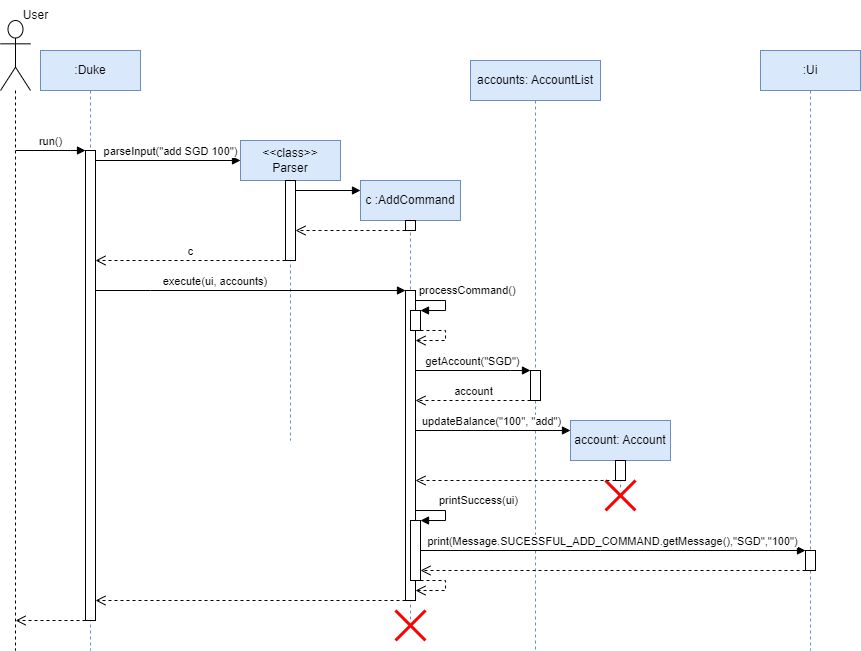
The draw.io diagram docs/images/AddCommandSeqDiagram.png in woowenjun99/tp, before a commit. Source tidied: cells renumbered, new cells last; positions are measured from the earlier drawing's top-left corner, leaving out a move shared by most shapes.
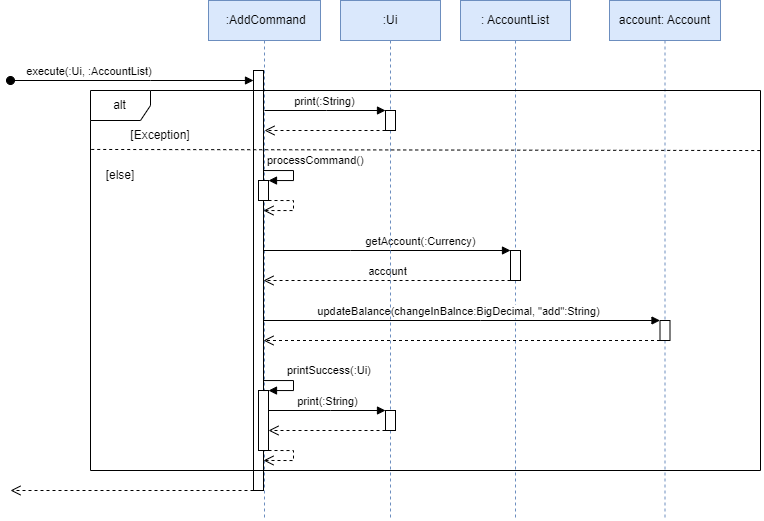
After the commit.

Commit message:
Edit Add/Withdraw sequence diagram

Diff of the diagram source:
```diff
@@ -2,211 +2,189 @@
   <root>
     <mxCell id="0" />
     <mxCell id="1" parent="0" />
-    <mxCell id="2" style="shape=umlLifeline;perimeter=lifelinePerimeter;whiteSpace=wrap;html=1;outlineConnect=0;portConstraint=eastwest;newEdgeStyle={&quot;edgeStyle&quot;:&quot;elbowEdgeStyle&quot;,&quot;elbow&quot;:&quot;vertical&quot;,&quot;curved&quot;:0,&quot;rounded&quot;:0};participant=umlActor;size=70;" parent="1" vertex="1">
-      <mxGeometry y="20" width="30" height="630" as="geometry" />
-    </mxCell>
-    <mxCell id="3" value="User" style="text;html=1;align=center;verticalAlign=middle;strokeColor=none;fillColor=none;" parent="1" vertex="1">
-      <mxGeometry x="10" width="50" height="30" as="geometry" />
-    </mxCell>
-    <mxCell id="4" value="run()" style="html=1;verticalAlign=bottom;endArrow=block;edgeStyle=elbowEdgeStyle;elbow=vertical;curved=0;rounded=0;" parent="1" edge="1" source="2" target="7">
-      <mxGeometry relative="1" as="geometry">
-        <Array as="points">
-          <mxPoint x="70" y="150" />
-        </Array>
-      </mxGeometry>
-    </mxCell>
-    <mxCell id="5" style="html=1;verticalAlign=bottom;endArrow=open;dashed=1;endSize=8;edgeStyle=elbowEdgeStyle;elbow=vertical;curved=0;rounded=0;" parent="1" edge="1" source="7" target="2">
-      <mxGeometry relative="1" as="geometry">
-        <Array as="points">
-          <mxPoint x="50" y="620" />
-        </Array>
-      </mxGeometry>
-    </mxCell>
-    <mxCell id="6" value=":Duke" style="shape=umlLifeline;perimeter=lifelinePerimeter;whiteSpace=wrap;html=1;newEdgeStyle={&quot;edgeStyle&quot;:&quot;elbowEdgeStyle&quot;,&quot;elbow&quot;:&quot;vertical&quot;,&quot;curved&quot;:0,&quot;rounded&quot;:0};fillColor=#dae8fc;strokeColor=#6c8ebf;" parent="1" vertex="1">
-      <mxGeometry x="40" y="50" width="100" height="600" as="geometry" />
-    </mxCell>
-    <mxCell id="7" style="html=1;points=[];perimeter=orthogonalPerimeter;outlineConnect=0;targetShapes=umlLifeline;portConstraint=eastwest;newEdgeStyle={&quot;edgeStyle&quot;:&quot;elbowEdgeStyle&quot;,&quot;elbow&quot;:&quot;vertical&quot;,&quot;curved&quot;:0,&quot;rounded&quot;:0};" parent="6" vertex="1">
-      <mxGeometry x="45" y="100" width="10" height="470" as="geometry" />
-    </mxCell>
-    <mxCell id="8" value="&amp;lt;&amp;lt;class&amp;gt;&amp;gt;&lt;br&gt;Parser" style="shape=umlLifeline;perimeter=lifelinePerimeter;whiteSpace=wrap;html=1;newEdgeStyle={&quot;edgeStyle&quot;:&quot;elbowEdgeStyle&quot;,&quot;elbow&quot;:&quot;vertical&quot;,&quot;curved&quot;:0,&quot;rounded&quot;:0};fillColor=#dae8fc;strokeColor=#6c8ebf;" parent="1" vertex="1">
-      <mxGeometry x="240" y="140" width="100" height="300" as="geometry" />
-    </mxCell>
-    <mxCell id="9" style="html=1;points=[];perimeter=orthogonalPerimeter;outlineConnect=0;targetShapes=umlLifeline;portConstraint=eastwest;newEdgeStyle={&quot;edgeStyle&quot;:&quot;elbowEdgeStyle&quot;,&quot;elbow&quot;:&quot;vertical&quot;,&quot;curved&quot;:0,&quot;rounded&quot;:0};" parent="8" vertex="1">
-      <mxGeometry x="45" y="40" width="10" height="80" as="geometry" />
-    </mxCell>
-    <mxCell id="10" value="parseInput(&quot;add SGD 100&quot;)" style="html=1;verticalAlign=bottom;endArrow=block;edgeStyle=elbowEdgeStyle;elbow=vertical;curved=0;rounded=0;" parent="1" edge="1" source="7">
-      <mxGeometry x="0.03" relative="1" as="geometry">
-        <mxPoint x="240" y="160" as="targetPoint" />
-        <Array as="points">
-          <mxPoint x="240" y="160" />
-          <mxPoint x="180" y="160" />
-          <mxPoint x="160" y="160" />
-        </Array>
-      </mxGeometry>
-    </mxCell>
-    <mxCell id="11" value="c" style="html=1;verticalAlign=bottom;endArrow=open;dashed=1;endSize=8;edgeStyle=elbowEdgeStyle;elbow=vertical;curved=0;rounded=0;" parent="1" edge="1" source="9" target="7">
-      <mxGeometry relative="1" as="geometry">
-        <Array as="points">
-          <mxPoint x="220" y="260" />
-        </Array>
-      </mxGeometry>
-    </mxCell>
-    <mxCell id="12" value="c :AddCommand" style="shape=umlLifeline;perimeter=lifelinePerimeter;whiteSpace=wrap;html=1;newEdgeStyle={&quot;edgeStyle&quot;:&quot;elbowEdgeStyle&quot;,&quot;elbow&quot;:&quot;vertical&quot;,&quot;curved&quot;:0,&quot;rounded&quot;:0};fillColor=#dae8fc;strokeColor=#6c8ebf;" parent="1" vertex="1">
-      <mxGeometry x="360" y="180" width="100" height="440" as="geometry" />
+    <mxCell id="12" value="&amp;nbsp;:AddCommand" style="shape=umlLifeline;perimeter=lifelinePerimeter;whiteSpace=wrap;html=1;newEdgeStyle={&quot;edgeStyle&quot;:&quot;elbowEdgeStyle&quot;,&quot;elbow&quot;:&quot;vertical&quot;,&quot;curved&quot;:0,&quot;rounded&quot;:0};fillColor=#dae8fc;strokeColor=#6c8ebf;" parent="1" vertex="1">
+      <mxGeometry x="368" y="170" width="112" height="520" as="geometry" />
     </mxCell>
-    <mxCell id="13" style="html=1;points=[];perimeter=orthogonalPerimeter;outlineConnect=0;targetShapes=umlLifeline;portConstraint=eastwest;newEdgeStyle={&quot;edgeStyle&quot;:&quot;elbowEdgeStyle&quot;,&quot;elbow&quot;:&quot;vertical&quot;,&quot;curved&quot;:0,&quot;rounded&quot;:0};" parent="12" vertex="1">
-      <mxGeometry x="45" y="40" width="10" height="10" as="geometry" />
-    </mxCell>
     <mxCell id="14" style="html=1;points=[];perimeter=orthogonalPerimeter;outlineConnect=0;targetShapes=umlLifeline;portConstraint=eastwest;newEdgeStyle={&quot;edgeStyle&quot;:&quot;elbowEdgeStyle&quot;,&quot;elbow&quot;:&quot;vertical&quot;,&quot;curved&quot;:0,&quot;rounded&quot;:0};" parent="12" vertex="1">
-      <mxGeometry x="45" y="110" width="10" height="310" as="geometry" />
+      <mxGeometry x="45" y="70" width="10" height="420" as="geometry" />
     </mxCell>
     <mxCell id="15" style="html=1;points=[];perimeter=orthogonalPerimeter;outlineConnect=0;targetShapes=umlLifeline;portConstraint=eastwest;newEdgeStyle={&quot;edgeStyle&quot;:&quot;elbowEdgeStyle&quot;,&quot;elbow&quot;:&quot;vertical&quot;,&quot;curved&quot;:0,&quot;rounded&quot;:0};" parent="12" vertex="1">
-      <mxGeometry x="50" y="130" width="10" height="20" as="geometry" />
+      <mxGeometry x="50" y="180" width="10" height="20" as="geometry" />
     </mxCell>
-    <mxCell id="16" value="processCommand()" style="html=1;align=left;spacingLeft=2;endArrow=block;rounded=0;edgeStyle=orthogonalEdgeStyle;curved=0;rounded=0;" parent="12" edge="1" source="14" target="15">
+    <mxCell id="16" value="processCommand()" style="html=1;align=left;spacingLeft=2;endArrow=block;rounded=0;edgeStyle=orthogonalEdgeStyle;curved=0;rounded=0;" parent="12" edge="1" target="15">
       <mxGeometry x="-1" y="10" relative="1" as="geometry">
+        <mxPoint x="55" y="170" as="sourcePoint" />
         <Array as="points">
-          <mxPoint x="85" y="120" />
-          <mxPoint x="85" y="130" />
+          <mxPoint x="85" y="170" />
+          <mxPoint x="85" y="180" />
         </Array>
       </mxGeometry>
     </mxCell>
-    <mxCell id="17" style="html=1;verticalAlign=bottom;endArrow=open;dashed=1;endSize=8;edgeStyle=orthogonalEdgeStyle;elbow=vertical;rounded=0;" parent="12" edge="1" source="15" target="14">
+    <mxCell id="17" style="html=1;verticalAlign=bottom;endArrow=open;dashed=1;endSize=8;edgeStyle=orthogonalEdgeStyle;elbow=vertical;rounded=0;" parent="12" edge="1" source="15">
       <mxGeometry relative="1" as="geometry">
+        <mxPoint x="55" y="210" as="targetPoint" />
         <Array as="points">
-          <mxPoint x="85" y="150" />
-          <mxPoint x="85" y="160" />
+          <mxPoint x="85" y="200" />
+          <mxPoint x="85" y="210" />
         </Array>
       </mxGeometry>
     </mxCell>
     <mxCell id="18" style="html=1;points=[];perimeter=orthogonalPerimeter;outlineConnect=0;targetShapes=umlLifeline;portConstraint=eastwest;newEdgeStyle={&quot;edgeStyle&quot;:&quot;elbowEdgeStyle&quot;,&quot;elbow&quot;:&quot;vertical&quot;,&quot;curved&quot;:0,&quot;rounded&quot;:0};" parent="12" vertex="1">
-      <mxGeometry x="50" y="340" width="10" height="60" as="geometry" />
+      <mxGeometry x="50" y="390" width="10" height="60" as="geometry" />
     </mxCell>
-    <mxCell id="19" value="printSuccess(ui)" style="html=1;align=left;spacingLeft=2;endArrow=block;rounded=0;edgeStyle=orthogonalEdgeStyle;curved=0;rounded=0;" parent="12" edge="1" target="18">
+    <mxCell id="19" value="printSuccess(:Ui)" style="html=1;align=left;spacingLeft=2;endArrow=block;rounded=0;edgeStyle=orthogonalEdgeStyle;curved=0;rounded=0;" parent="12" edge="1" target="18">
       <mxGeometry x="-0.14" y="10" relative="1" as="geometry">
-        <mxPoint x="60" y="340" as="sourcePoint" />
+        <mxPoint x="60" y="390" as="sourcePoint" />
         <Array as="points">
-          <mxPoint x="55" y="330" />
-          <mxPoint x="85" y="330" />
-          <mxPoint x="85" y="340" />
+          <mxPoint x="55" y="380" />
+          <mxPoint x="85" y="380" />
+          <mxPoint x="85" y="390" />
         </Array>
       </mxGeometry>
     </mxCell>
-    <mxCell id="20" style="html=1;verticalAlign=bottom;endArrow=open;dashed=1;endSize=8;edgeStyle=orthogonalEdgeStyle;elbow=vertical;rounded=0;" parent="12" edge="1" source="18" target="14">
+    <mxCell id="20" style="html=1;verticalAlign=bottom;endArrow=open;dashed=1;endSize=8;edgeStyle=orthogonalEdgeStyle;elbow=vertical;rounded=0;" parent="12" edge="1" source="18">
       <mxGeometry relative="1" as="geometry">
+        <mxPoint x="55" y="460" as="targetPoint" />
         <Array as="points">
-          <mxPoint x="85" y="400" />
-          <mxPoint x="85" y="410" />
+          <mxPoint x="85" y="450" />
+          <mxPoint x="85" y="460" />
         </Array>
       </mxGeometry>
     </mxCell>
-    <mxCell id="21" style="shape=umlDestroy;whiteSpace=wrap;html=1;strokeWidth=3;targetShapes=umlLifeline;strokeColor=#FF0000;" parent="12" vertex="1">
-      <mxGeometry x="35" y="430" width="30" height="30" as="geometry" />
-    </mxCell>
-    <mxCell id="22" style="html=1;verticalAlign=bottom;endArrow=block;edgeStyle=elbowEdgeStyle;elbow=vertical;curved=0;rounded=0;" parent="1" edge="1" source="9">
-      <mxGeometry relative="1" as="geometry">
-        <mxPoint x="360" y="190" as="targetPoint" />
-        <Array as="points">
-          <mxPoint x="360" y="190" />
-        </Array>
-      </mxGeometry>
-    </mxCell>
-    <mxCell id="23" style="html=1;verticalAlign=bottom;endArrow=open;dashed=1;endSize=8;edgeStyle=elbowEdgeStyle;elbow=vertical;curved=0;rounded=0;" parent="1" edge="1" source="13" target="9">
-      <mxGeometry relative="1" as="geometry">
-        <Array as="points">
-          <mxPoint x="360" y="230" />
-          <mxPoint x="340" y="200" />
-        </Array>
-      </mxGeometry>
-    </mxCell>
-    <mxCell id="24" value="execute(ui, accounts)&amp;nbsp;" style="html=1;verticalAlign=bottom;endArrow=block;edgeStyle=elbowEdgeStyle;elbow=vertical;curved=0;rounded=0;" parent="1" edge="1" source="7" target="14">
-      <mxGeometry x="-0.22" relative="1" as="geometry">
-        <Array as="points">
-          <mxPoint x="150" y="290" />
-        </Array>
-      </mxGeometry>
-    </mxCell>
-    <mxCell id="25" style="html=1;verticalAlign=bottom;endArrow=open;dashed=1;endSize=8;edgeStyle=elbowEdgeStyle;elbow=vertical;curved=0;rounded=0;" parent="1" edge="1" source="14" target="7">
+    <mxCell id="25" style="html=1;verticalAlign=bottom;endArrow=open;dashed=1;endSize=8;edgeStyle=elbowEdgeStyle;elbow=vertical;curved=0;rounded=0;" parent="1" edge="1">
       <mxGeometry relative="1" as="geometry">
+        <mxPoint x="413" y="660" as="sourcePoint" />
+        <mxPoint x="170" y="660" as="targetPoint" />
         <Array as="points">
-          <mxPoint x="310" y="600" />
-          <mxPoint x="230" y="510" />
+          <mxPoint x="370" y="660" />
+          <mxPoint x="360" y="630" />
+          <mxPoint x="350" y="640" />
+          <mxPoint x="230" y="550" />
         </Array>
       </mxGeometry>
     </mxCell>
-    <mxCell id="26" value="accounts: AccountList" style="shape=umlLifeline;perimeter=lifelinePerimeter;whiteSpace=wrap;html=1;newEdgeStyle={&quot;edgeStyle&quot;:&quot;elbowEdgeStyle&quot;,&quot;elbow&quot;:&quot;vertical&quot;,&quot;curved&quot;:0,&quot;rounded&quot;:0};fillColor=#dae8fc;strokeColor=#6c8ebf;" parent="1" vertex="1">
-      <mxGeometry x="470" y="60" width="130" height="590" as="geometry" />
+    <mxCell id="26" value=": AccountList" style="shape=umlLifeline;perimeter=lifelinePerimeter;whiteSpace=wrap;html=1;newEdgeStyle={&quot;edgeStyle&quot;:&quot;elbowEdgeStyle&quot;,&quot;elbow&quot;:&quot;vertical&quot;,&quot;curved&quot;:0,&quot;rounded&quot;:0};fillColor=#dae8fc;strokeColor=#6c8ebf;" parent="1" vertex="1">
+      <mxGeometry x="620" y="170" width="110" height="520" as="geometry" />
     </mxCell>
     <mxCell id="27" style="html=1;points=[];perimeter=orthogonalPerimeter;outlineConnect=0;targetShapes=umlLifeline;portConstraint=eastwest;newEdgeStyle={&quot;edgeStyle&quot;:&quot;elbowEdgeStyle&quot;,&quot;elbow&quot;:&quot;vertical&quot;,&quot;curved&quot;:0,&quot;rounded&quot;:0};" parent="26" vertex="1">
-      <mxGeometry x="60" y="310" width="10" height="30" as="geometry" />
+      <mxGeometry x="50" y="250" width="10" height="30" as="geometry" />
     </mxCell>
-    <mxCell id="28" value="getAccount(&quot;SGD&quot;)" style="html=1;verticalAlign=bottom;endArrow=block;edgeStyle=elbowEdgeStyle;elbow=vertical;curved=0;rounded=0;" parent="1" edge="1" source="14" target="27">
-      <mxGeometry relative="1" as="geometry">
+    <mxCell id="28" value="getAccount(:Currency)" style="html=1;verticalAlign=bottom;endArrow=block;edgeStyle=elbowEdgeStyle;elbow=vertical;curved=0;rounded=0;" parent="1" edge="1" target="27">
+      <mxGeometry x="0.27" relative="1" as="geometry">
+        <mxPoint x="423" y="420" as="sourcePoint" />
         <Array as="points">
-          <mxPoint x="510" y="370" />
+          <mxPoint x="510" y="420" />
         </Array>
       </mxGeometry>
     </mxCell>
-    <mxCell id="29" value="account" style="html=1;verticalAlign=bottom;endArrow=open;dashed=1;endSize=8;edgeStyle=elbowEdgeStyle;elbow=vertical;curved=0;rounded=0;" parent="1" edge="1" source="27" target="14">
+    <mxCell id="29" value="account" style="html=1;verticalAlign=bottom;endArrow=open;dashed=1;endSize=8;edgeStyle=elbowEdgeStyle;elbow=vertical;curved=0;rounded=0;" parent="1" edge="1" source="27">
       <mxGeometry relative="1" as="geometry">
+        <mxPoint x="423" y="450" as="targetPoint" />
         <Array as="points">
-          <mxPoint x="500" y="400" />
-          <mxPoint x="500" y="400" />
-          <mxPoint x="530" y="410" />
+          <mxPoint x="500" y="450" />
+          <mxPoint x="500" y="450" />
+          <mxPoint x="530" y="460" />
         </Array>
       </mxGeometry>
     </mxCell>
     <mxCell id="30" value="account: Account" style="shape=umlLifeline;perimeter=lifelinePerimeter;whiteSpace=wrap;html=1;newEdgeStyle={&quot;edgeStyle&quot;:&quot;elbowEdgeStyle&quot;,&quot;elbow&quot;:&quot;vertical&quot;,&quot;curved&quot;:0,&quot;rounded&quot;:0};fillColor=#dae8fc;strokeColor=#6c8ebf;" parent="1" vertex="1">
-      <mxGeometry x="570" y="420" width="100" height="70" as="geometry" />
+      <mxGeometry x="769" y="170" width="111" height="520" as="geometry" />
     </mxCell>
     <mxCell id="31" style="html=1;points=[];perimeter=orthogonalPerimeter;outlineConnect=0;targetShapes=umlLifeline;portConstraint=eastwest;newEdgeStyle={&quot;edgeStyle&quot;:&quot;elbowEdgeStyle&quot;,&quot;elbow&quot;:&quot;vertical&quot;,&quot;curved&quot;:0,&quot;rounded&quot;:0};" parent="30" vertex="1">
-      <mxGeometry x="45" y="40" width="10" height="20" as="geometry" />
+      <mxGeometry x="50.5" y="320" width="10" height="20" as="geometry" />
     </mxCell>
-    <mxCell id="32" style="shape=umlDestroy;whiteSpace=wrap;html=1;strokeWidth=3;targetShapes=umlLifeline;strokeColor=#FF0000;" parent="30" vertex="1">
-      <mxGeometry x="35" y="60" width="30" height="30" as="geometry" />
-    </mxCell>
-    <mxCell id="33" value="updateBalance(&quot;100&quot;, &quot;add&quot;)" style="html=1;verticalAlign=bottom;endArrow=block;edgeStyle=elbowEdgeStyle;elbow=vertical;curved=0;rounded=0;" parent="1" edge="1">
-      <mxGeometry relative="1" as="geometry">
-        <mxPoint x="415" y="428" as="sourcePoint" />
-        <mxPoint x="570" y="430" as="targetPoint" />
+    <mxCell id="33" value="updateBalance(changeInBalnce:BigDecimal, &quot;add&quot;:String)" style="html=1;verticalAlign=bottom;endArrow=block;edgeStyle=elbowEdgeStyle;elbow=vertical;curved=0;rounded=0;" parent="1" edge="1" target="31">
+      <mxGeometry x="-0.02" relative="1" as="geometry">
+        <mxPoint x="423" y="490" as="sourcePoint" />
         <Array as="points">
-          <mxPoint x="490" y="430" />
-          <mxPoint x="660" y="478" />
-          <mxPoint x="660" y="458" />
-          <mxPoint x="610" y="448" />
-          <mxPoint x="560" y="478" />
+          <mxPoint x="640" y="490" />
+          <mxPoint x="660" y="510" />
+          <mxPoint x="580" y="480" />
+          <mxPoint x="660" y="528" />
+          <mxPoint x="660" y="508" />
+          <mxPoint x="610" y="498" />
+          <mxPoint x="560" y="528" />
         </Array>
       </mxGeometry>
     </mxCell>
-    <mxCell id="34" style="html=1;verticalAlign=bottom;endArrow=open;dashed=1;endSize=8;edgeStyle=elbowEdgeStyle;elbow=vertical;curved=0;rounded=0;" parent="1" edge="1" source="31" target="14">
+    <mxCell id="34" style="html=1;verticalAlign=bottom;endArrow=open;dashed=1;endSize=8;edgeStyle=elbowEdgeStyle;elbow=vertical;curved=0;rounded=0;" parent="1" edge="1" source="31">
       <mxGeometry relative="1" as="geometry">
+        <mxPoint x="423" y="510" as="targetPoint" />
         <Array as="points">
-          <mxPoint x="510" y="480" />
-          <mxPoint x="530" y="460" />
+          <mxPoint x="670" y="510" />
+          <mxPoint x="510" y="530" />
+          <mxPoint x="530" y="510" />
         </Array>
       </mxGeometry>
     </mxCell>
     <mxCell id="35" value=":Ui" style="shape=umlLifeline;perimeter=lifelinePerimeter;whiteSpace=wrap;html=1;newEdgeStyle={&quot;edgeStyle&quot;:&quot;elbowEdgeStyle&quot;,&quot;elbow&quot;:&quot;vertical&quot;,&quot;curved&quot;:0,&quot;rounded&quot;:0};fillColor=#dae8fc;strokeColor=#6c8ebf;" parent="1" vertex="1">
-      <mxGeometry x="760" y="50" width="100" height="600" as="geometry" />
+      <mxGeometry x="500" y="170" width="100" height="520" as="geometry" />
     </mxCell>
     <mxCell id="36" style="html=1;points=[];perimeter=orthogonalPerimeter;outlineConnect=0;targetShapes=umlLifeline;portConstraint=eastwest;newEdgeStyle={&quot;edgeStyle&quot;:&quot;elbowEdgeStyle&quot;,&quot;elbow&quot;:&quot;vertical&quot;,&quot;curved&quot;:0,&quot;rounded&quot;:0};" parent="35" vertex="1">
-      <mxGeometry x="45" y="500" width="10" height="20" as="geometry" />
+      <mxGeometry x="45" y="410" width="10" height="20" as="geometry" />
     </mxCell>
-    <mxCell id="37" value="print(Message.SUCESSFUL_ADD_COMMAND.getMessage(),&quot;SGD&quot;,&quot;100&quot;)" style="html=1;verticalAlign=bottom;endArrow=block;edgeStyle=elbowEdgeStyle;elbow=vertical;curved=0;rounded=0;" parent="1" edge="1" source="18" target="36">
+    <mxCell id="37" value="print(:String)" style="html=1;verticalAlign=bottom;endArrow=block;edgeStyle=elbowEdgeStyle;elbow=vertical;curved=0;rounded=0;" parent="1" edge="1" source="18" target="36">
       <mxGeometry relative="1" as="geometry">
         <Array as="points">
-          <mxPoint x="600" y="550" />
-          <mxPoint x="740" y="530" />
+          <mxPoint x="490" y="580" />
+          <mxPoint x="600" y="600" />
+          <mxPoint x="740" y="580" />
         </Array>
       </mxGeometry>
     </mxCell>
     <mxCell id="38" style="html=1;verticalAlign=bottom;endArrow=open;dashed=1;endSize=8;edgeStyle=elbowEdgeStyle;elbow=vertical;curved=0;rounded=0;" parent="1" edge="1" source="36" target="18">
       <mxGeometry relative="1" as="geometry">
         <Array as="points">
-          <mxPoint x="770" y="570" />
-          <mxPoint x="710" y="610" />
+          <mxPoint x="510" y="600" />
+          <mxPoint x="770" y="620" />
+          <mxPoint x="710" y="660" />
         </Array>
       </mxGeometry>
     </mxCell>
+    <mxCell id="39" value="execute(:Ui, :AccountList)&amp;nbsp;" style="html=1;verticalAlign=bottom;startArrow=oval;startFill=1;endArrow=block;startSize=8;edgeStyle=elbowEdgeStyle;elbow=vertical;curved=0;rounded=0;" parent="1" edge="1" target="14">
+      <mxGeometry x="-0.34" relative="1" as="geometry">
+        <mxPoint x="170" y="250" as="sourcePoint" />
+        <Array as="points">
+          <mxPoint x="310" y="250" />
+        </Array>
+      </mxGeometry>
+    </mxCell>
+    <mxCell id="40" value="alt" style="shape=umlFrame;whiteSpace=wrap;html=1;" parent="1" vertex="1">
+      <mxGeometry x="250" y="260" width="670" height="380" as="geometry" />
+    </mxCell>
+    <mxCell id="41" style="endArrow=none;dashed=1;html=1;strokeWidth=1;rounded=0;exitX=0.001;exitY=0.155;exitDx=0;exitDy=0;exitPerimeter=0;entryX=1.002;entryY=0.158;entryDx=0;entryDy=0;entryPerimeter=0;" parent="1" edge="1" target="40">
+      <mxGeometry relative="1" as="geometry">
+        <mxPoint x="250.7" y="319" as="sourcePoint" />
+      </mxGeometry>
+    </mxCell>
+    <mxCell id="42" style="html=1;points=[];perimeter=orthogonalPerimeter;outlineConnect=0;targetShapes=umlLifeline;portConstraint=eastwest;newEdgeStyle={&quot;edgeStyle&quot;:&quot;elbowEdgeStyle&quot;,&quot;elbow&quot;:&quot;vertical&quot;,&quot;curved&quot;:0,&quot;rounded&quot;:0};" parent="1" vertex="1">
+      <mxGeometry x="545" y="280" width="10" height="20" as="geometry" />
+    </mxCell>
+    <mxCell id="43" value="print(:String)" style="html=1;verticalAlign=bottom;endArrow=block;edgeStyle=elbowEdgeStyle;elbow=vertical;curved=0;rounded=0;" parent="1" edge="1" target="42">
+      <mxGeometry relative="1" as="geometry">
+        <mxPoint x="424" y="280" as="sourcePoint" />
+        <Array as="points">
+          <mxPoint x="486" y="280" />
+          <mxPoint x="596" y="300" />
+          <mxPoint x="736" y="280" />
+        </Array>
+      </mxGeometry>
+    </mxCell>
+    <mxCell id="44" style="html=1;verticalAlign=bottom;endArrow=open;dashed=1;endSize=8;edgeStyle=elbowEdgeStyle;elbow=vertical;curved=0;rounded=0;" parent="1" edge="1" source="42">
+      <mxGeometry relative="1" as="geometry">
+        <mxPoint x="424" y="300" as="targetPoint" />
+        <Array as="points">
+          <mxPoint x="506" y="300" />
+          <mxPoint x="766" y="320" />
+          <mxPoint x="706" y="360" />
+        </Array>
+      </mxGeometry>
+    </mxCell>
+    <mxCell id="45" value="[Exception]" style="text;html=1;strokeColor=none;fillColor=none;align=center;verticalAlign=middle;whiteSpace=wrap;rounded=0;" parent="1" vertex="1">
+      <mxGeometry x="290" y="290" width="60" height="30" as="geometry" />
+    </mxCell>
+    <mxCell id="46" value="[else]" style="text;html=1;strokeColor=none;fillColor=none;align=center;verticalAlign=middle;whiteSpace=wrap;rounded=0;" parent="1" vertex="1">
+      <mxGeometry x="250" y="330" width="60" height="30" as="geometry" />
+    </mxCell>
   </root>
 </mxGraphModel>
```
